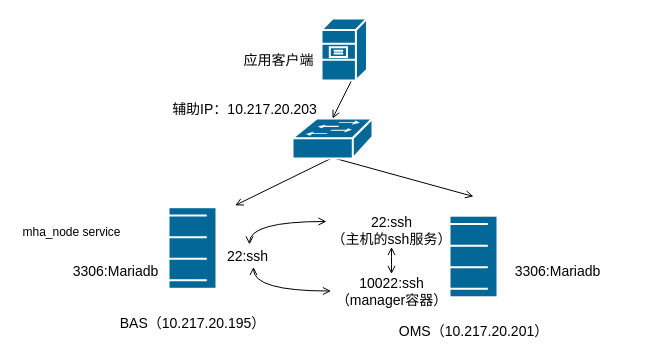
The draw.io diagram page "MHA-Mariadb" (4 of 4) of Mysql高可用.drawio in waterwatermelon/graph, before the edit. Source tidied: cells renumbered, new cells numbered last; positions are measured from the earlier drawing's top-left corner, leaving out a move shared by most shapes. Both pictures are drawn from the tidied source at 100%, with x=0, y=0 at pixel (17, 18).
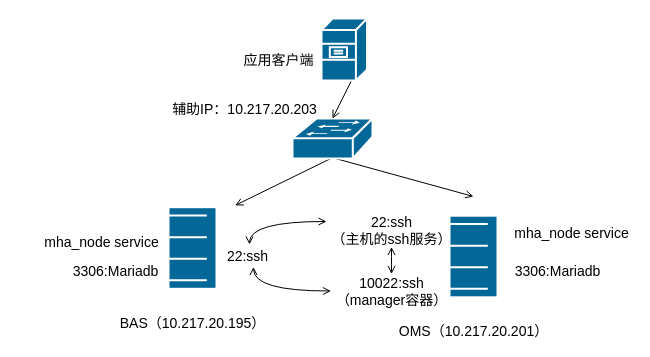
After the change.

Commit message:
更新Mysql高可用.drawio

What changed in the source:
```diff
@@
-    <mxCell id="19" value="mha_node service" style="text;html=1;align=center;verticalAlign=middle;" parent="1" vertex="1">
-      <mxGeometry y="205" width="108" height="18" as="geometry" />
+    <mxCell id="19" value="mha_node service" style="text;html=1;align=center;verticalAlign=middle;fontSize=14;" parent="1" vertex="1">
+      <mxGeometry x="22" y="213" width="124" height="21" as="geometry" />
     </mxCell>
+    <mxCell id="20" value="mha_node service" style="text;html=1;align=center;verticalAlign=middle;fontSize=14;" parent="1" vertex="1">
+      <mxGeometry x="492" y="204" width="124" height="21" as="geometry" />
+    </mxCell>
```
